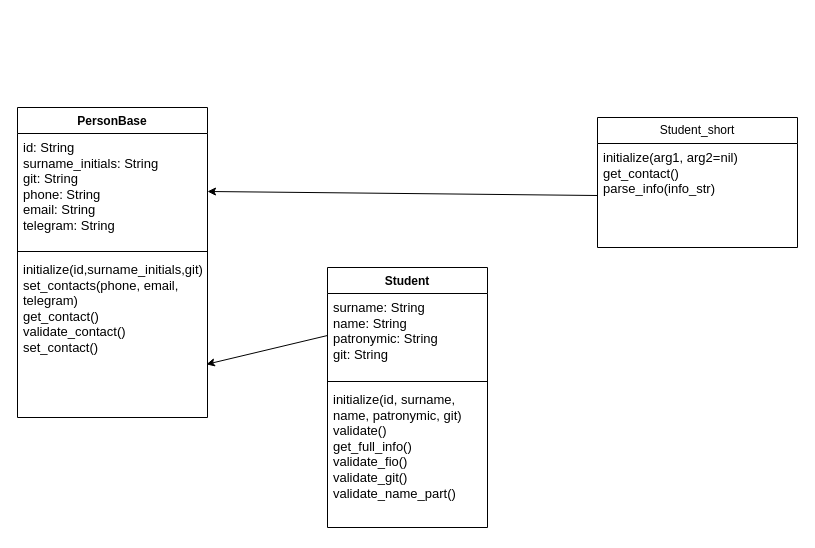
Above: Student_class/classes_Diagramm.drawio in alex7456/pattern (draw.io), before the change. Source tidied: cells renumbered, new cells numbered last; positions are measured from the earlier drawing's top-left corner, leaving out a move shared by most shapes. Both pictures are drawn from the tidied source at 100%, with x=0, y=0 at pixel (17, 107).
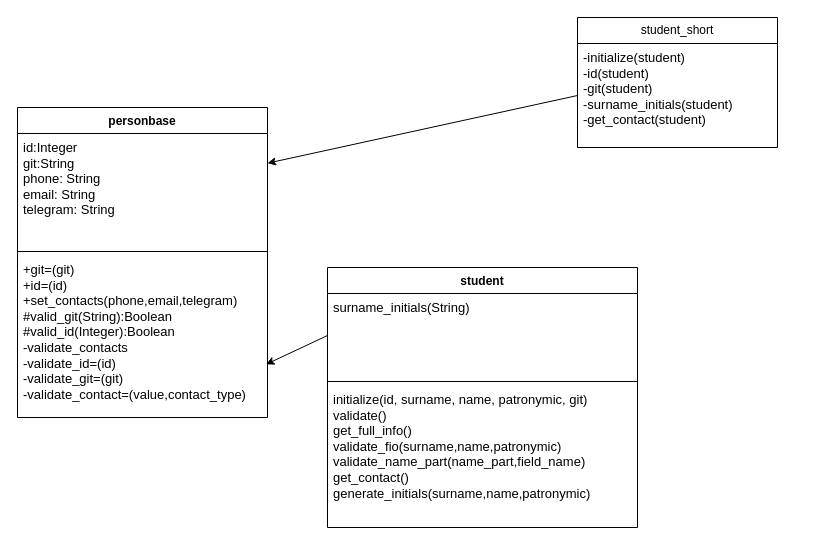
After the change.

The edit, as a diff of the source:
```diff
@@
 <mxGraphModel>
   <root>
     <mxCell id="0" />
     <mxCell id="1" parent="0" />
-    <mxCell id="2" value="PersonBase" style="swimlane;fontStyle=1;align=center;verticalAlign=top;horizontal=1;startSize=26;whiteSpace=wrap;html=1;" parent="1" vertex="1">
-      <mxGeometry width="190" height="310" as="geometry" />
+    <mxCell id="2" value="personbase" style="swimlane;fontStyle=1;align=center;verticalAlign=top;horizontal=1;startSize=26;whiteSpace=wrap;html=1;" parent="1" vertex="1">
+      <mxGeometry width="250" height="310" as="geometry" />
     </mxCell>
-    <mxCell id="3" value="&lt;font style=&quot;font-size: 13px;&quot;&gt;id: String&lt;br&gt;surname_initials: String&lt;br&gt;git: String&lt;br&gt;phone: String&lt;br&gt;email: String&lt;br&gt;telegram: String&lt;/font&gt;" style="text;strokeColor=none;fillColor=none;align=left;verticalAlign=top;spacingLeft=4;spacingRight=4;overflow=hidden;points=[[0,0.5],[1,0.5]];portConstraint=eastwest;whiteSpace=wrap;html=1;" parent="2" vertex="1">
-      <mxGeometry y="26" width="190" height="114" as="geometry" />
+    <mxCell id="3" value="&lt;font style=&quot;font-size: 13px;&quot;&gt;id:Integer&lt;/font&gt;&lt;div&gt;&lt;font style=&quot;font-size: 13px;&quot;&gt;git:String&lt;br&gt;phone: String&lt;br&gt;email: String&lt;br&gt;telegram: String&lt;/font&gt;&lt;/div&gt;" style="text;strokeColor=none;fillColor=none;align=left;verticalAlign=top;spacingLeft=4;spacingRight=4;overflow=hidden;points=[[0,0.5],[1,0.5]];portConstraint=eastwest;whiteSpace=wrap;html=1;" parent="2" vertex="1">
+      <mxGeometry y="26" width="250" height="114" as="geometry" />
     </mxCell>
     <mxCell id="4" style="line;strokeWidth=1;fillColor=none;align=left;verticalAlign=middle;spacingTop=-1;spacingLeft=3;spacingRight=3;labelPosition=right;strokeColor=inherit;" parent="2" vertex="1">
-      <mxGeometry y="140" width="190" height="8" as="geometry" />
+      <mxGeometry y="140" width="250" height="8" as="geometry" />
     </mxCell>
-    <mxCell id="5" value="&lt;div&gt;&lt;font style=&quot;font-size: 13px;&quot;&gt;initialize(id,surname_initials,git)&lt;/font&gt;&lt;/div&gt;&lt;font style=&quot;font-size: 13px;&quot;&gt;set_contacts(phone, email, telegram)&lt;br&gt;get_contact()&lt;br&gt;validate_contact()&lt;br&gt;set_contact()&lt;/font&gt;" style="text;strokeColor=none;fillColor=none;align=left;verticalAlign=top;spacingLeft=4;spacingRight=4;overflow=hidden;points=[[0,0.5],[1,0.5]];portConstraint=eastwest;whiteSpace=wrap;html=1;" parent="2" vertex="1">
-      <mxGeometry y="148" width="190" height="162" as="geometry" />
+    <mxCell id="5" value="&lt;span style=&quot;font-size: 13px;&quot;&gt;+git=(git)&lt;/span&gt;&lt;div&gt;&lt;span style=&quot;font-size: 13px;&quot;&gt;+id=(id)&lt;/span&gt;&lt;/div&gt;&lt;div&gt;&lt;span style=&quot;font-size: 13px;&quot;&gt;+set_contacts(phone,email,telegram)&lt;/span&gt;&lt;/div&gt;&lt;div&gt;&lt;span style=&quot;font-size: 13px;&quot;&gt;#valid_git(String):Boolean&lt;/span&gt;&lt;/div&gt;&lt;div&gt;&lt;span style=&quot;font-size: 13px;&quot;&gt;#valid_id(Integer):Boolean&lt;/span&gt;&lt;/div&gt;&lt;div&gt;&lt;span style=&quot;font-size: 13px;&quot;&gt;-validate_contacts&lt;/span&gt;&lt;/div&gt;&lt;div&gt;&lt;span style=&quot;font-size: 13px;&quot;&gt;-validate_id=(id)&lt;/span&gt;&lt;/div&gt;&lt;div&gt;&lt;span style=&quot;font-size: 13px;&quot;&gt;-validate_git=(git)&lt;/span&gt;&lt;/div&gt;&lt;div&gt;&lt;span style=&quot;font-size: 13px;&quot;&gt;-validate_contact=(value,contact_type)&lt;/span&gt;&lt;/div&gt;&lt;div&gt;&lt;span style=&quot;font-size: 13px;&quot;&gt;&lt;br&gt;&lt;/span&gt;&lt;/div&gt;" style="text;strokeColor=none;fillColor=none;align=left;verticalAlign=top;spacingLeft=4;spacingRight=4;overflow=hidden;points=[[0,0.5],[1,0.5]];portConstraint=eastwest;whiteSpace=wrap;html=1;" parent="2" vertex="1">
+      <mxGeometry y="148" width="250" height="162" as="geometry" />
     </mxCell>
-    <mxCell id="6" value="Student" style="swimlane;fontStyle=1;align=center;verticalAlign=top;horizontal=1;startSize=26;whiteSpace=wrap;html=1;" parent="1" vertex="1">
-      <mxGeometry x="310" y="160" width="160" height="260" as="geometry" />
+    <mxCell id="6" value="student" style="swimlane;fontStyle=1;align=center;verticalAlign=top;horizontal=1;startSize=26;whiteSpace=wrap;html=1;" parent="1" vertex="1">
+      <mxGeometry x="310" y="160" width="310" height="260" as="geometry" />
     </mxCell>
-    <mxCell id="7" value="&lt;font style=&quot;font-size: 13px;&quot;&gt;surname: String&lt;br&gt;name: String&lt;br&gt;patronymic: String&lt;br&gt;git: String&lt;/font&gt;" style="text;strokeColor=none;fillColor=none;align=left;verticalAlign=top;spacingLeft=4;spacingRight=4;overflow=hidden;points=[[0,0.5],[1,0.5]];portConstraint=eastwest;whiteSpace=wrap;html=1;" parent="6" vertex="1">
-      <mxGeometry y="26" width="160" height="84" as="geometry" />
+    <mxCell id="7" value="&lt;span style=&quot;font-size: 13px;&quot;&gt;surname_initials(String)&lt;/span&gt;" style="text;strokeColor=none;fillColor=none;align=left;verticalAlign=top;spacingLeft=4;spacingRight=4;overflow=hidden;points=[[0,0.5],[1,0.5]];portConstraint=eastwest;whiteSpace=wrap;html=1;" parent="6" vertex="1">
+      <mxGeometry y="26" width="310" height="84" as="geometry" />
     </mxCell>
     <mxCell id="8" style="line;strokeWidth=1;fillColor=none;align=left;verticalAlign=middle;spacingTop=-1;spacingLeft=3;spacingRight=3;labelPosition=right;strokeColor=inherit;" parent="6" vertex="1">
-      <mxGeometry y="110" width="160" height="8" as="geometry" />
+      <mxGeometry y="110" width="310" height="8" as="geometry" />
     </mxCell>
-    <mxCell id="9" value="&lt;font style=&quot;font-size: 13px;&quot;&gt;initialize(id, surname, name, patronymic, git)&lt;br&gt;validate()&lt;br&gt;get_full_info()&lt;/font&gt;&lt;div&gt;&lt;font style=&quot;font-size: 13px;&quot;&gt;validate_fio()&lt;/font&gt;&lt;/div&gt;&lt;div&gt;&lt;font style=&quot;font-size: 13px;&quot;&gt;validate_git()&lt;/font&gt;&lt;/div&gt;&lt;div&gt;&lt;font style=&quot;font-size: 13px;&quot;&gt;validate_name_part()&lt;/font&gt;&lt;/div&gt;" style="text;strokeColor=none;fillColor=none;align=left;verticalAlign=top;spacingLeft=4;spacingRight=4;overflow=hidden;whiteSpace=wrap;html=1;" parent="6" vertex="1">
-      <mxGeometry y="118" width="160" height="142" as="geometry" />
+    <mxCell id="9" value="&lt;font style=&quot;font-size: 13px;&quot;&gt;initialize(id, surname, name, patronymic, git)&lt;br&gt;validate()&lt;br&gt;get_full_info()&lt;/font&gt;&lt;div&gt;&lt;font style=&quot;font-size: 13px;&quot;&gt;validate_fio(surname,name,patronymic)&lt;/font&gt;&lt;/div&gt;&lt;div&gt;&lt;span style=&quot;font-size: 13px; background-color: initial;&quot;&gt;validate_name_part(name_part,field_name)&lt;/span&gt;&lt;br&gt;&lt;/div&gt;&lt;div&gt;&lt;font style=&quot;font-size: 13px;&quot;&gt;get_contact()&lt;/font&gt;&lt;/div&gt;&lt;div&gt;&lt;font style=&quot;font-size: 13px;&quot;&gt;generate_initials(surname,name,patronymic)&lt;/font&gt;&lt;/div&gt;" style="text;strokeColor=none;fillColor=none;align=left;verticalAlign=top;spacingLeft=4;spacingRight=4;overflow=hidden;whiteSpace=wrap;html=1;" parent="6" vertex="1">
+      <mxGeometry y="118" width="310" height="142" as="geometry" />
     </mxCell>
-    <mxCell id="10" value="Student_short" style="swimlane;fontStyle=0;horizontal=1;startSize=26;fillColor=none;whiteSpace=wrap;html=1;" parent="1" vertex="1">
-      <mxGeometry x="580" y="10" width="200" height="130" as="geometry" />
+    <mxCell id="10" value="student_short" style="swimlane;fontStyle=0;horizontal=1;startSize=26;fillColor=none;whiteSpace=wrap;html=1;" parent="1" vertex="1">
+      <mxGeometry x="560" y="-90" width="200" height="130" as="geometry" />
     </mxCell>
-    <mxCell id="11" value="&lt;font style=&quot;font-size: 13px;&quot;&gt;initialize(arg1, arg2=nil)&lt;br&gt;get_contact()&lt;br&gt;parse_info(info_str)&lt;/font&gt;" style="text;strokeColor=none;fillColor=none;align=left;verticalAlign=top;spacingLeft=4;spacingRight=4;overflow=hidden;points=[[0,0.5],[1,0.5]];portConstraint=eastwest;whiteSpace=wrap;html=1;" parent="10" vertex="1">
+    <mxCell id="11" value="&lt;font style=&quot;font-size: 13px;&quot;&gt;-initialize(student)&lt;br&gt;&lt;/font&gt;&lt;div&gt;&lt;font style=&quot;font-size: 13px;&quot;&gt;-id(student)&lt;/font&gt;&lt;/div&gt;&lt;div&gt;&lt;font style=&quot;font-size: 13px;&quot;&gt;-git(student)&lt;/font&gt;&lt;/div&gt;&lt;div&gt;&lt;font style=&quot;font-size: 13px;&quot;&gt;-surname_initials(student)&lt;/font&gt;&lt;/div&gt;&lt;div&gt;&lt;font style=&quot;font-size: 13px;&quot;&gt;-get_contact(student)&lt;/font&gt;&lt;/div&gt;" style="text;strokeColor=none;fillColor=none;align=left;verticalAlign=top;spacingLeft=4;spacingRight=4;overflow=hidden;points=[[0,0.5],[1,0.5]];portConstraint=eastwest;whiteSpace=wrap;html=1;" parent="10" vertex="1">
       <mxGeometry y="26" width="200" height="104" as="geometry" />
     </mxCell>
     <mxCell id="12" style="endArrow=classic;html=1;rounded=0;entryX=0.994;entryY=0.672;entryDx=0;entryDy=0;entryPerimeter=0;exitX=0;exitY=0.5;exitDx=0;exitDy=0;" parent="1" edge="1" source="7" target="5">
       <mxGeometry relative="1" as="geometry" />
     </mxCell>
     <mxCell id="13" style="endArrow=classic;html=1;rounded=0;exitX=0;exitY=0.5;exitDx=0;exitDy=0;" parent="1" edge="1" source="11" target="3">
       <mxGeometry relative="1" as="geometry" />
     </mxCell>
   </root>
 </mxGraphModel>
```
